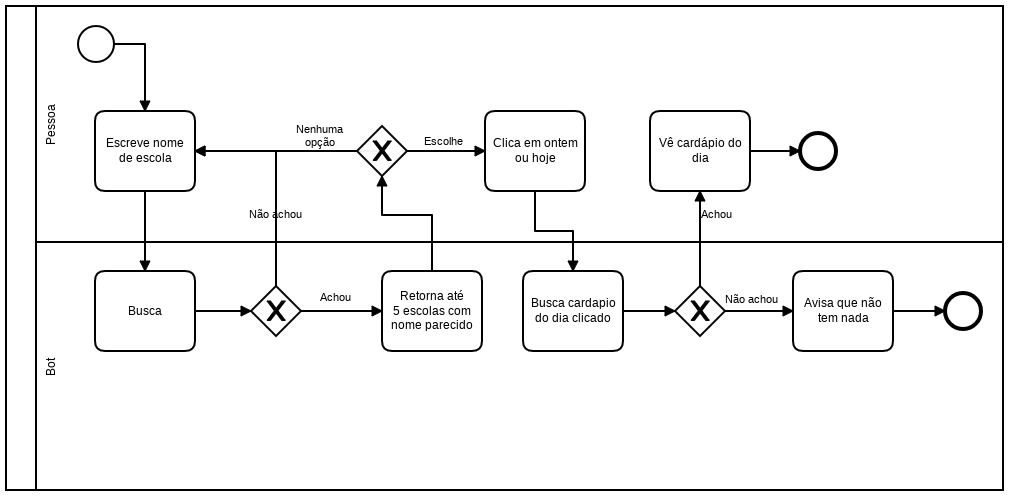
Before: docs/Qual cardápio.png, a diagram exported from BPMN (prefeiturasp/SME-PratoAberto-Edu). Its source is kept beside it as docs/Qual cardápio.bpmn. Ids are renumbered.
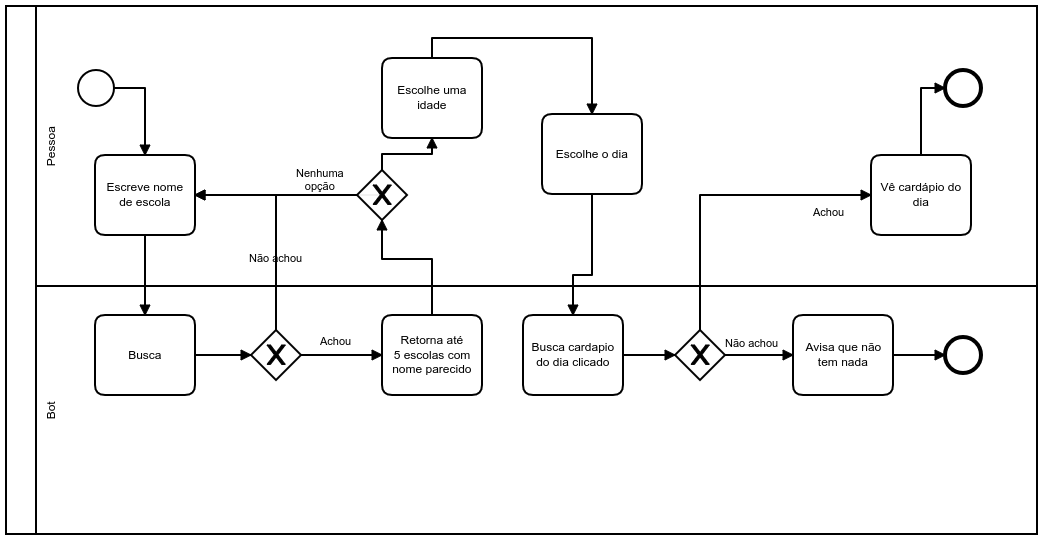
The same file after the commit.

Commit message:
atualizado bpmn

Change to the diagram source:
```diff
@@ -8,9 +8,10 @@
         <bpmn:flowNodeRef>StartEvent_1</bpmn:flowNodeRef>
         <bpmn:flowNodeRef>Task_n6</bpmn:flowNodeRef>
         <bpmn:flowNodeRef>ExclusiveGateway_n7</bpmn:flowNodeRef>
+        <bpmn:flowNodeRef>Task_n33</bpmn:flowNodeRef>
+        <bpmn:flowNodeRef>EndEvent_n10</bpmn:flowNodeRef>
+        <bpmn:flowNodeRef>Task_n9</bpmn:flowNodeRef>
         <bpmn:flowNodeRef>Task_n8</bpmn:flowNodeRef>
-        <bpmn:flowNodeRef>Task_n9</bpmn:flowNodeRef>
-        <bpmn:flowNodeRef>EndEvent_n10</bpmn:flowNodeRef>
       </bpmn:lane>
       <bpmn:lane id="Lane_n11" name="Bot">
         <bpmn:flowNodeRef>Task_n12</bpmn:flowNodeRef>
@@ -25,7 +26,6 @@
     <bpmn:sequenceFlow id="SequenceFlow_n19" sourceRef="StartEvent_1" targetRef="Task_n6" />
     <bpmn:sequenceFlow id="SequenceFlow_n20" sourceRef="Task_n6" targetRef="Task_n12" />
     <bpmn:sequenceFlow id="SequenceFlow_n21" sourceRef="Task_n14" targetRef="ExclusiveGateway_n7" />
-    <bpmn:sequenceFlow id="SequenceFlow_n22" name="Escolhe" sourceRef="ExclusiveGateway_n7" targetRef="Task_n8" />
     <bpmn:sequenceFlow id="SequenceFlow_n23" name="Nenhuma&#10;opção" sourceRef="ExclusiveGateway_n7" targetRef="Task_n6" />
     <bpmn:sequenceFlow id="SequenceFlow_n24" sourceRef="Task_n12" targetRef="ExclusiveGateway_n13" />
     <bpmn:sequenceFlow id="SequenceFlow_n25" name="Não achou" sourceRef="ExclusiveGateway_n13" targetRef="Task_n6" />
@@ -54,13 +54,9 @@
     </bpmn:task>
     <bpmn:exclusiveGateway id="ExclusiveGateway_n7">
       <bpmn:incoming>SequenceFlow_n21</bpmn:incoming>
-      <bpmn:outgoing>SequenceFlow_n22</bpmn:outgoing>
       <bpmn:outgoing>SequenceFlow_n23</bpmn:outgoing>
+      <bpmn:outgoing>SequenceFlow_n34</bpmn:outgoing>
     </bpmn:exclusiveGateway>
-    <bpmn:task id="Task_n8" name="Clica em ontem&#10;ou hoje">
-      <bpmn:incoming>SequenceFlow_n22</bpmn:incoming>
-      <bpmn:outgoing>SequenceFlow_n27</bpmn:outgoing>
-    </bpmn:task>
     <bpmn:sequenceFlow id="SequenceFlow_n27" sourceRef="Task_n8" targetRef="Task_n15" />
     <bpmn:task id="Task_n15" name="Busca cardapio&#10;do dia clicado">
       <bpmn:incoming>SequenceFlow_n27</bpmn:incoming>
@@ -73,14 +69,7 @@
       <bpmn:outgoing>SequenceFlow_n30</bpmn:outgoing>
     </bpmn:exclusiveGateway>
     <bpmn:sequenceFlow id="SequenceFlow_n29" name="Achou" sourceRef="ExclusiveGateway_n16" targetRef="Task_n9" />
-    <bpmn:task id="Task_n9" name="Vê cardápio do dia">
-      <bpmn:incoming>SequenceFlow_n29</bpmn:incoming>
-      <bpmn:outgoing>SequenceFlow_n31</bpmn:outgoing>
-    </bpmn:task>
     <bpmn:sequenceFlow id="SequenceFlow_n30" name="Não achou" sourceRef="ExclusiveGateway_n16" targetRef="Task_n17" />
-    <bpmn:endEvent id="EndEvent_n10">
-      <bpmn:incoming>SequenceFlow_n31</bpmn:incoming>
-    </bpmn:endEvent>
     <bpmn:sequenceFlow id="SequenceFlow_n31" sourceRef="Task_n9" targetRef="EndEvent_n10" />
     <bpmn:sequenceFlow id="SequenceFlow_n32" sourceRef="Task_n17" targetRef="EndEvent_n18" />
     <bpmn:task id="Task_n17" name="Avisa que não&#10;tem nada">
@@ -90,20 +79,37 @@
     <bpmn:endEvent id="EndEvent_n18">
       <bpmn:incoming>SequenceFlow_n32</bpmn:incoming>
     </bpmn:endEvent>
+    <bpmn:sequenceFlow id="SequenceFlow_n34" sourceRef="ExclusiveGateway_n7" targetRef="Task_n33" />
+    <bpmn:task id="Task_n33" name="Escolhe uma idade">
+      <bpmn:incoming>SequenceFlow_n34</bpmn:incoming>
+      <bpmn:outgoing>SequenceFlow_n35</bpmn:outgoing>
+    </bpmn:task>
+    <bpmn:sequenceFlow id="SequenceFlow_n35" sourceRef="Task_n33" targetRef="Task_n8" />
+    <bpmn:endEvent id="EndEvent_n10">
+      <bpmn:incoming>SequenceFlow_n31</bpmn:incoming>
+    </bpmn:endEvent>
+    <bpmn:task id="Task_n9" name="Vê cardápio do dia">
+      <bpmn:incoming>SequenceFlow_n29</bpmn:incoming>
+      <bpmn:outgoing>SequenceFlow_n31</bpmn:outgoing>
+    </bpmn:task>
+    <bpmn:task id="Task_n8" name="Escolhe o dia">
+      <bpmn:incoming>SequenceFlow_n35</bpmn:incoming>
+      <bpmn:outgoing>SequenceFlow_n27</bpmn:outgoing>
+    </bpmn:task>
   </bpmn:process>
   <bpmndi:BPMNDiagram id="BPMNDiagram_1">
     <bpmndi:BPMNPlane id="BPMNPlane_1" bpmnElement="Collaboration_n2">
       <bpmndi:BPMNShape id="Participant_n3_di" bpmnElement="Participant_n3">
-        <dc:Bounds x="123" y="-29" width="997" height="484" />
+        <dc:Bounds x="123" y="-73" width="1031" height="528" />
       </bpmndi:BPMNShape>
       <bpmndi:BPMNShape id="_BPMNShape_StartEvent_2" bpmnElement="StartEvent_1">
         <dc:Bounds x="195" y="-9" width="36" height="36" />
       </bpmndi:BPMNShape>
       <bpmndi:BPMNShape id="Lane_n5_di" bpmnElement="Lane_n5">
-        <dc:Bounds x="153" y="-29" width="967" height="236" />
+        <dc:Bounds x="153" y="-73" width="1001" height="280" />
       </bpmndi:BPMNShape>
       <bpmndi:BPMNShape id="Lane_n11_di" bpmnElement="Lane_n11">
-        <dc:Bounds x="153" y="207" width="967" height="248" />
+        <dc:Bounds x="153" y="207" width="1001" height="248" />
       </bpmndi:BPMNShape>
       <bpmndi:BPMNShape id="Task_n6_di" bpmnElement="Task_n6">
         <dc:Bounds x="212" y="76" width="100" height="80" />
@@ -136,15 +142,8 @@
         </bpmndi:BPMNLabel>
       </bpmndi:BPMNEdge>
       <bpmndi:BPMNShape id="Task_n8_di" bpmnElement="Task_n8">
-        <dc:Bounds x="602" y="76" width="100" height="80" />
+        <dc:Bounds x="659" y="35" width="100" height="80" />
       </bpmndi:BPMNShape>
-      <bpmndi:BPMNEdge id="SequenceFlow_n22_di" bpmnElement="SequenceFlow_n22">
-        <di:waypoint x="524" y="116" />
-        <di:waypoint x="602" y="116" />
-        <bpmndi:BPMNLabel>
-          <dc:Bounds x="541" y="100" width="39" height="14" />
-        </bpmndi:BPMNLabel>
-      </bpmndi:BPMNEdge>
       <bpmndi:BPMNEdge id="SequenceFlow_n23_di" bpmnElement="SequenceFlow_n23">
         <di:waypoint x="499" y="116" />
         <di:waypoint x="312" y="116" />
@@ -178,8 +177,8 @@
         <dc:Bounds x="640" y="236" width="100" height="80" />
       </bpmndi:BPMNShape>
       <bpmndi:BPMNEdge id="SequenceFlow_n27_di" bpmnElement="SequenceFlow_n27">
-        <di:waypoint x="652" y="156" />
-        <di:waypoint x="652" y="196" />
+        <di:waypoint x="709" y="115" />
+        <di:waypoint x="709" y="196" />
         <di:waypoint x="690" y="196" />
         <di:waypoint x="690" y="236" />
       </bpmndi:BPMNEdge>
@@ -191,13 +190,14 @@
         <di:waypoint x="792" y="276" />
       </bpmndi:BPMNEdge>
       <bpmndi:BPMNShape id="Task_n9_di" bpmnElement="Task_n9">
-        <dc:Bounds x="767" y="76" width="100" height="80" />
+        <dc:Bounds x="988" y="76" width="100" height="80" />
       </bpmndi:BPMNShape>
       <bpmndi:BPMNEdge id="SequenceFlow_n29_di" bpmnElement="SequenceFlow_n29">
         <di:waypoint x="817" y="251" />
-        <di:waypoint x="817" y="156" />
+        <di:waypoint x="817" y="116" />
+        <di:waypoint x="988" y="116" />
         <bpmndi:BPMNLabel>
-          <dc:Bounds x="818" y="173" width="31" height="14" />
+          <dc:Bounds x="930" y="127" width="31" height="14" />
         </bpmndi:BPMNLabel>
       </bpmndi:BPMNEdge>
       <bpmndi:BPMNShape id="Task_n17_di" bpmnElement="Task_n17">
@@ -211,11 +211,12 @@
         </bpmndi:BPMNLabel>
       </bpmndi:BPMNEdge>
       <bpmndi:BPMNShape id="EndEvent_n10_di" bpmnElement="EndEvent_n10">
-        <dc:Bounds x="917" y="98" width="36" height="36" />
+        <dc:Bounds x="1062" y="-9" width="36" height="36" />
       </bpmndi:BPMNShape>
       <bpmndi:BPMNEdge id="SequenceFlow_n31_di" bpmnElement="SequenceFlow_n31">
-        <di:waypoint x="867" y="116" />
-        <di:waypoint x="917" y="116" />
+        <di:waypoint x="1038" y="76" />
+        <di:waypoint x="1038" y="9" />
+        <di:waypoint x="1062" y="9" />
       </bpmndi:BPMNEdge>
       <bpmndi:BPMNShape id="EndEvent_n18_di" bpmnElement="EndEvent_n18">
         <dc:Bounds x="1062" y="258" width="36" height="36" />
@@ -224,6 +225,21 @@
         <di:waypoint x="1010" y="276" />
         <di:waypoint x="1062" y="276" />
       </bpmndi:BPMNEdge>
+      <bpmndi:BPMNShape id="Task_n33_di" bpmnElement="Task_n33">
+        <dc:Bounds x="499" y="-21" width="100" height="80" />
+      </bpmndi:BPMNShape>
+      <bpmndi:BPMNEdge id="SequenceFlow_n34_di" bpmnElement="SequenceFlow_n34">
+        <di:waypoint x="499" y="91" />
+        <di:waypoint x="499" y="75" />
+        <di:waypoint x="549" y="75" />
+        <di:waypoint x="549" y="59" />
+      </bpmndi:BPMNEdge>
+      <bpmndi:BPMNEdge id="SequenceFlow_n35_di" bpmnElement="SequenceFlow_n35">
+        <di:waypoint x="549" y="-21" />
+        <di:waypoint x="549" y="-41" />
+        <di:waypoint x="709" y="-41" />
+        <di:waypoint x="709" y="35" />
+      </bpmndi:BPMNEdge>
     </bpmndi:BPMNPlane>
   </bpmndi:BPMNDiagram>
 </bpmn:definitions>
```
